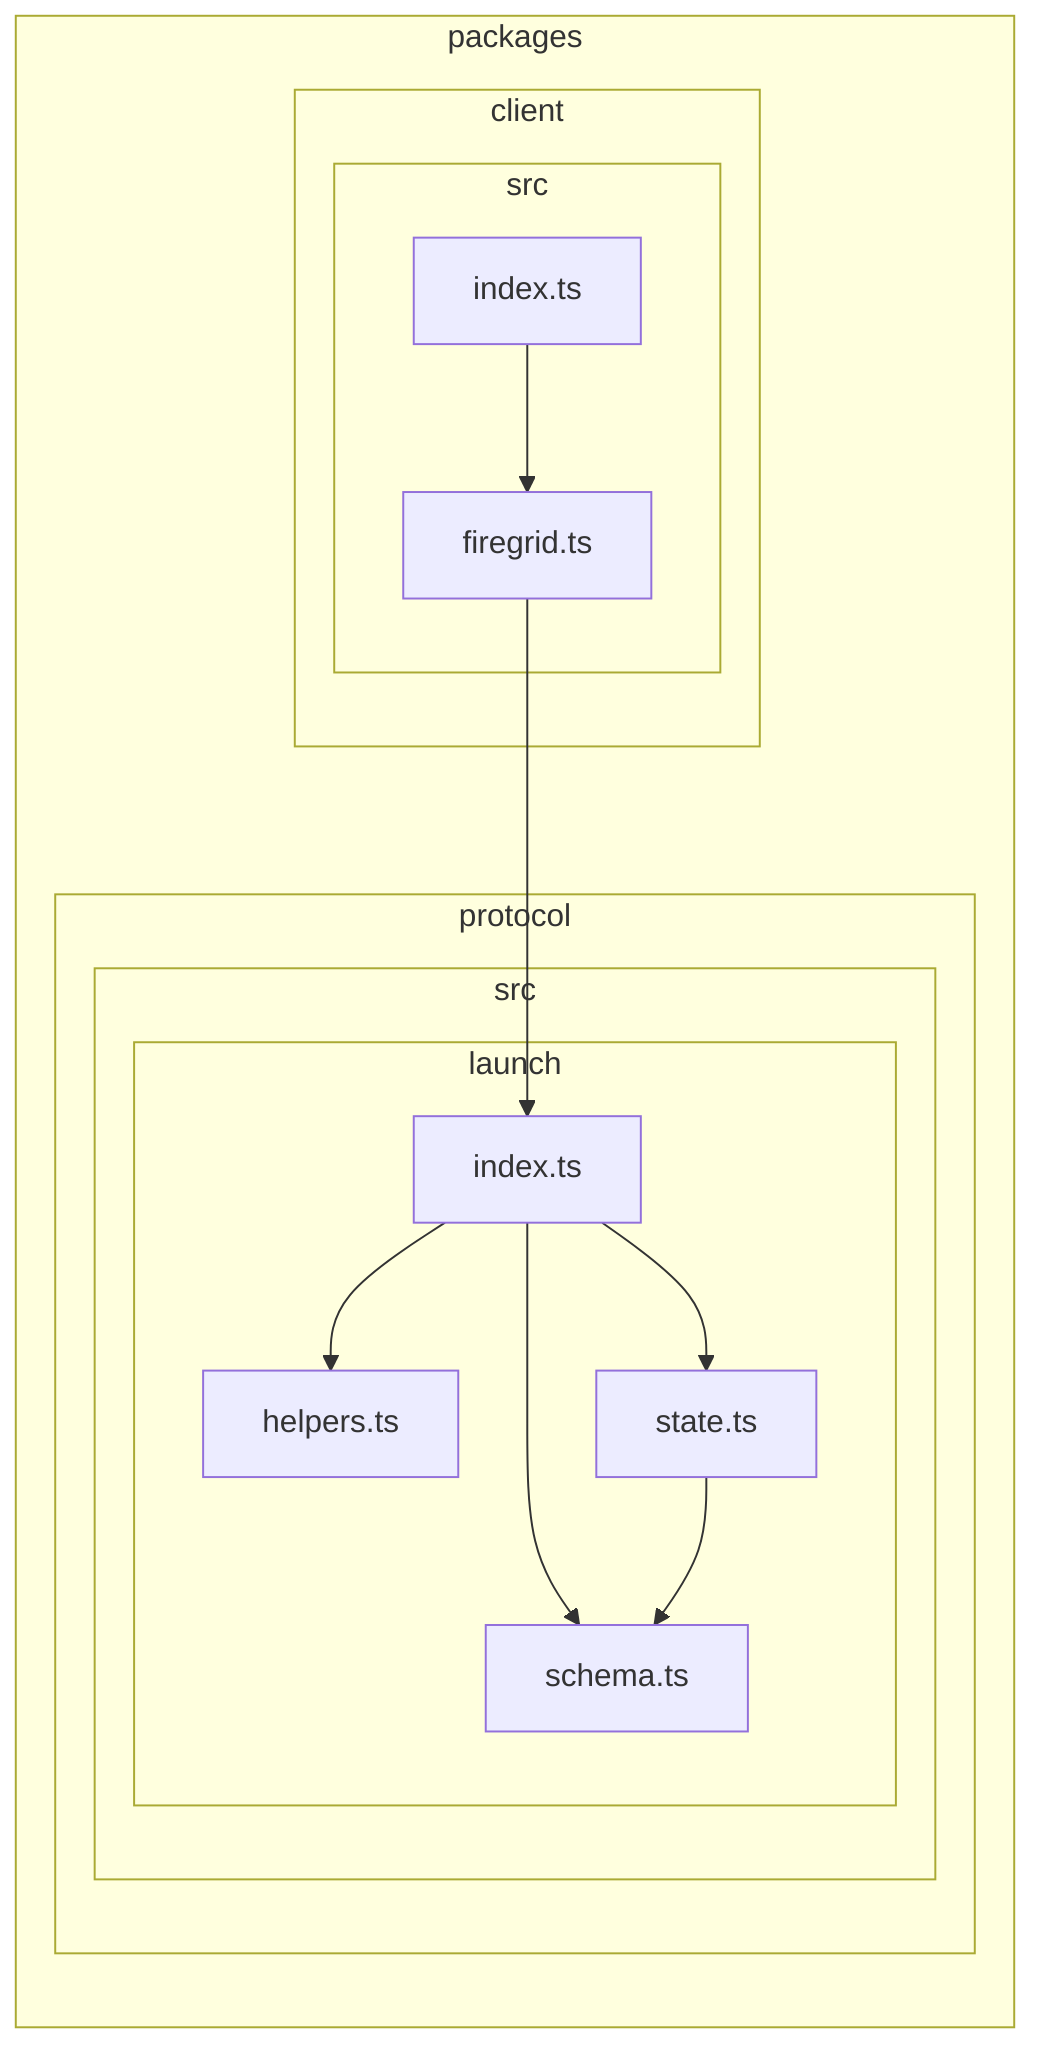
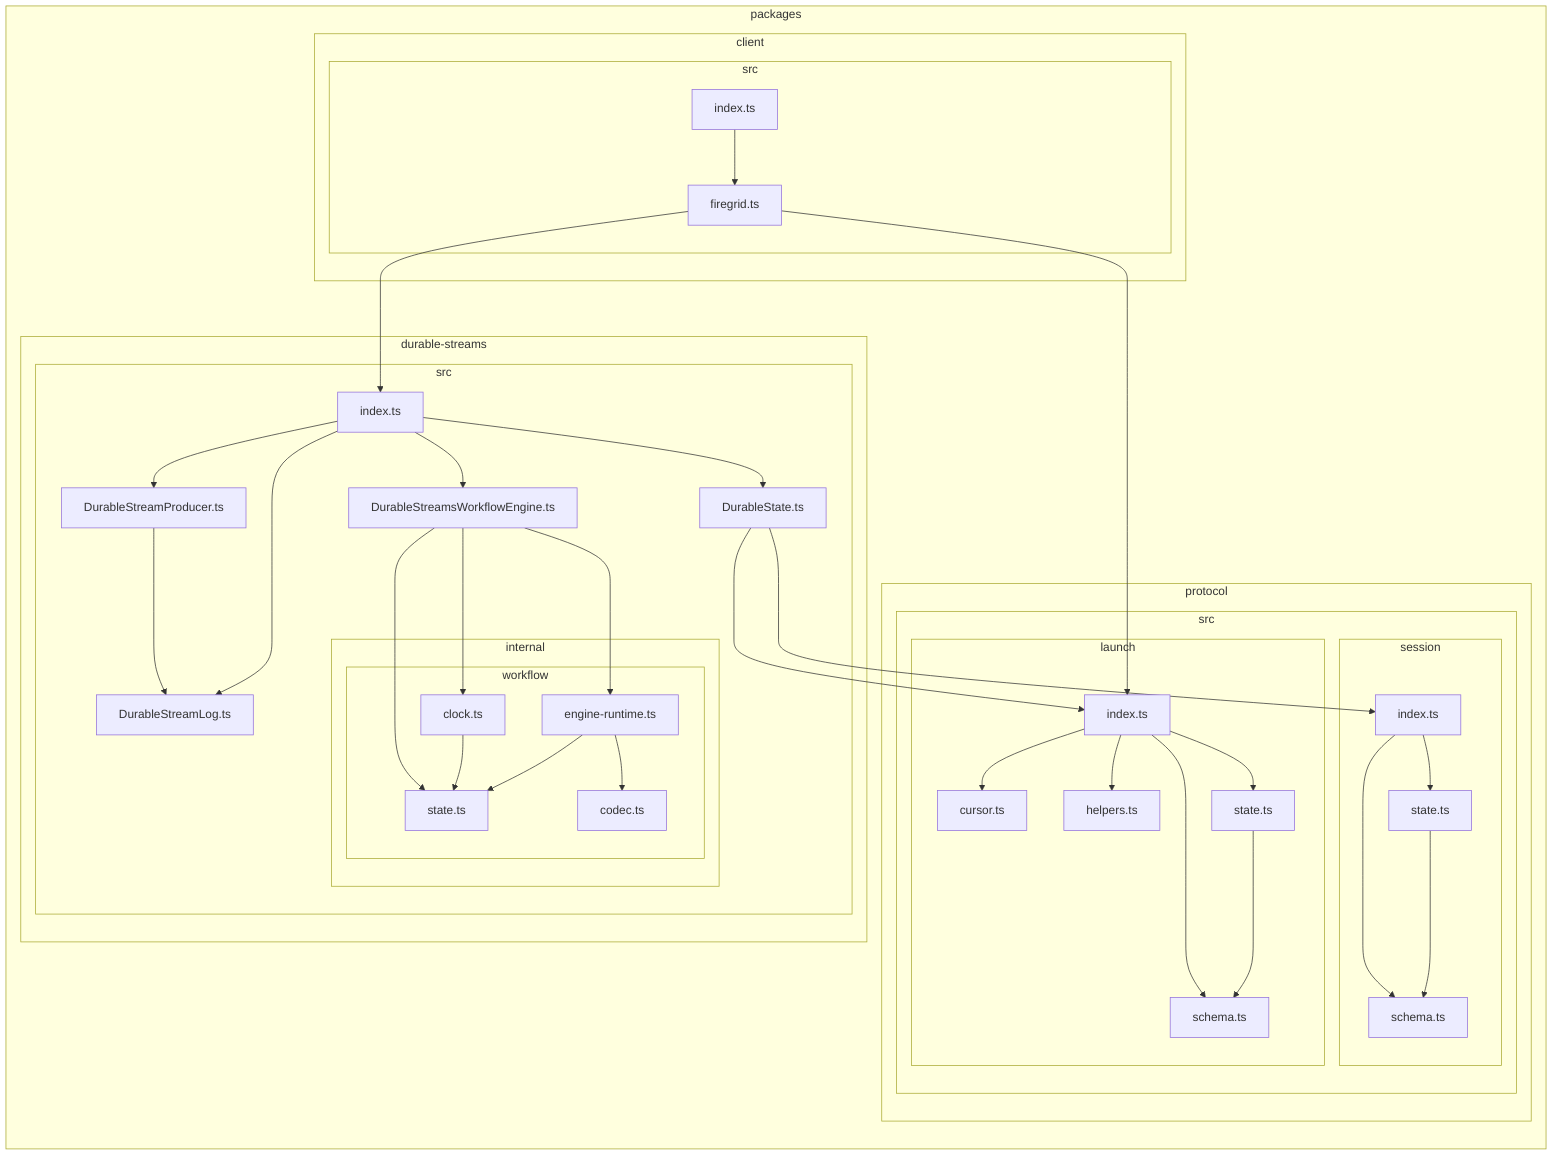
flowchart LR

subgraph 0["packages"]
subgraph 1["client"]
subgraph 2["src"]
3["firegrid.ts"]
4["index.ts"]
end
end
- subgraph 5["protocol"]
+ subgraph 5["durable-streams"]
subgraph 6["src"]
- subgraph 7["launch"]
- 8["helpers.ts"]
- 9["index.ts"]
- A["schema.ts"]
- B["state.ts"]
+ 7["DurableState.ts"]
+ 8["DurableStreamLog.ts"]
+ 9["DurableStreamProducer.ts"]
+ A["DurableStreamsWorkflowEngine.ts"]
+ B["index.ts"]
+ subgraph C["internal"]
+ subgraph D["workflow"]
+ E["clock.ts"]
+ F["codec.ts"]
+ G["engine-runtime.ts"]
+ H["state.ts"]
end
end
end
end
- 3-->9
+ subgraph I["protocol"]
+ subgraph J["src"]
+ subgraph K["launch"]
+ L["cursor.ts"]
+ M["helpers.ts"]
+ N["index.ts"]
+ O["schema.ts"]
+ P["state.ts"]
+ end
+ subgraph Q["session"]
+ R["index.ts"]
+ S["schema.ts"]
+ T["state.ts"]
+ end
+ end
+ end
+ end
+ 3-->B
+ 3-->N
4-->3
+ 7-->N
+ 7-->R
9-->8
- 9-->A
- 9-->B
+ A-->E
+ A-->G
+ A-->H
+ B-->7
+ B-->8
+ B-->9
B-->A
+ E-->H
+ G-->F
+ G-->H
+ N-->L
+ N-->M
+ N-->O
+ N-->P
+ P-->O
+ R-->S
+ R-->T
+ T-->S
